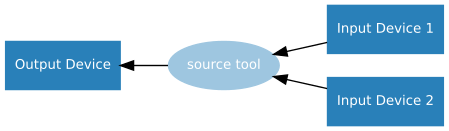
Earlier version of the Graphviz export docs/images/source_values/combining_sources.png (gpiozero/gpiozero). Its source is kept beside it as docs/images/source_values/combining_sources.dot. Source of this version:
```dot
/* vim: set et sw=4 sts=4: */

digraph {
    graph [rankdir=RL];
    edge [arrowhead=normal, style=solid];

    /* Devices */
    node [shape=rect, style=filled, color="#2980b9", fontname=Sans, fontcolor="#ffffff", fontsize=10];

    output [label="Output Device"]
    input_1 [label="Input Device 1"]
    input_2 [label="Input Device 2"]

    /* functions */
    node [shape=oval, style=filled, color="#9ec6e0", fontcolor="#ffffff"];

    tool [label="source tool"]

    input_1 -> tool;
    input_2 -> tool;
    tool -> output;
}
```
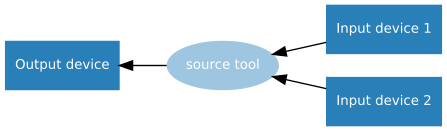
The same diagram one commit later.

Diff of the diagram source:
```diff
@@ -7,9 +7,9 @@
     /* Devices */
     node [shape=rect, style=filled, color="#2980b9", fontname=Sans, fontcolor="#ffffff", fontsize=10];
 
-    output [label="Output Device"]
-    input_1 [label="Input Device 1"]
-    input_2 [label="Input Device 2"]
+    output [label="Output device"]
+    input_1 [label="Input device 1"]
+    input_2 [label="Input device 2"]
 
     /* functions */
     node [shape=oval, style=filled, color="#9ec6e0", fontcolor="#ffffff"];
```
